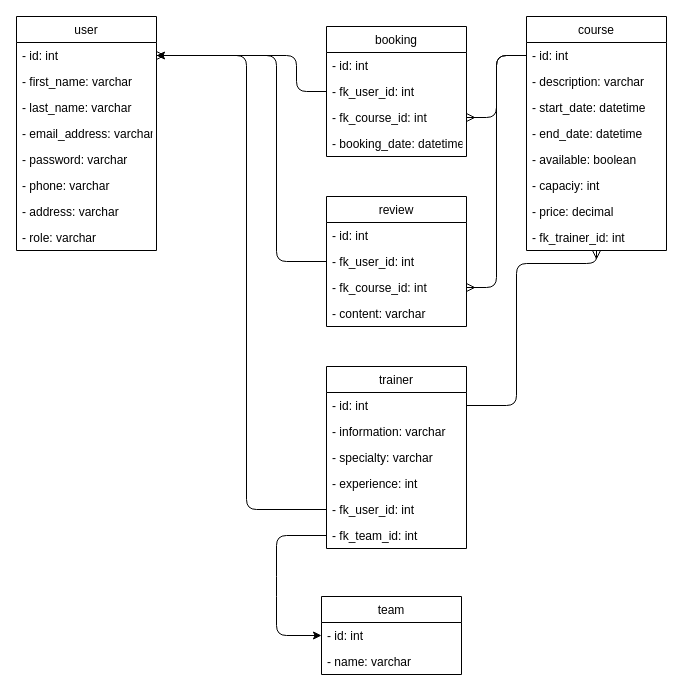
Before: page "Final 3-rd_NF" (5 of 5) of db.drawio in Keltroz/Full-Stck-Project, a draw.io diagram. Source tidied: cells renumbered, new cells numbered last; positions are measured from the earlier drawing's top-left corner, leaving out a move shared by most shapes. Both pictures are drawn from the tidied source at 100%, with x=0, y=0 at pixel (16, 16).
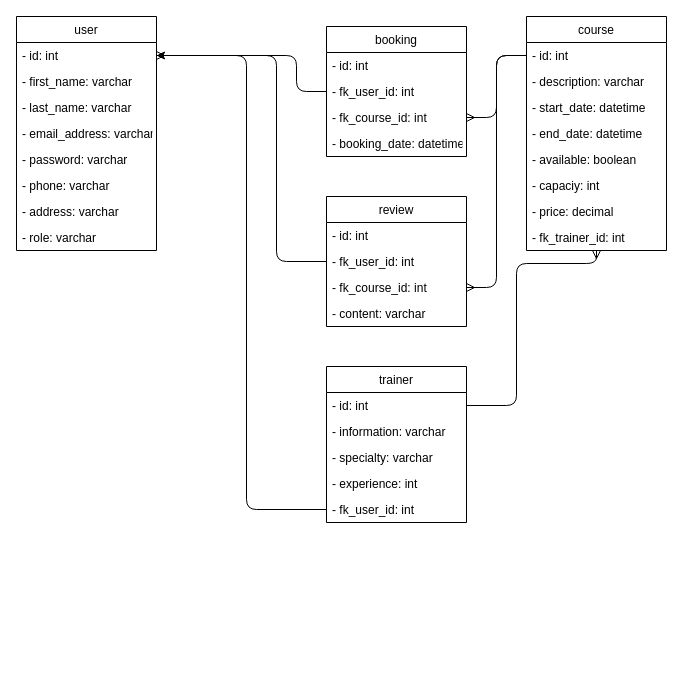
After the change.

Commit message:
Final db aproval from trainer

The edit, as a diff of the source:
```diff
@@
     <mxCell id="20" value="trainer" style="swimlane;fontStyle=0;horizontal=1;startSize=26;fillColor=none;" parent="1" vertex="1">
-      <mxGeometry x="310" y="350" width="140" height="182" as="geometry" />
+      <mxGeometry x="310" y="350" width="140" height="156" as="geometry" />
     </mxCell>
@@
-    <mxCell id="26" value="- fk_team_id: int" style="text;strokeColor=none;fillColor=none;align=left;verticalAlign=top;spacingLeft=4;spacingRight=4;overflow=hidden;points=[[0,0.5],[1,0.5]];portConstraint=eastwest;" parent="20" vertex="1">
-      <mxGeometry y="156" width="140" height="26" as="geometry" />
-    </mxCell>
@@
-    <mxCell id="43" value="team" style="swimlane;fontStyle=0;horizontal=1;startSize=26;fillColor=none;" parent="1" vertex="1">
-      <mxGeometry x="305" y="580" width="140" height="78" as="geometry" />
-    </mxCell>
-    <mxCell id="44" value="- id: int" style="text;strokeColor=none;fillColor=none;align=left;verticalAlign=top;spacingLeft=4;spacingRight=4;overflow=hidden;points=[[0,0.5],[1,0.5]];portConstraint=eastwest;" parent="43" vertex="1">
-      <mxGeometry y="26" width="140" height="26" as="geometry" />
-    </mxCell>
-    <mxCell id="45" value="- name: varchar" style="text;strokeColor=none;fillColor=none;align=left;verticalAlign=top;spacingLeft=4;spacingRight=4;overflow=hidden;" parent="43" vertex="1">
-      <mxGeometry y="52" width="140" height="26" as="geometry" />
-    </mxCell>
-    <mxCell id="46" style="edgeStyle=none;html=1;" parent="1" edge="1" source="26" target="44">
-      <mxGeometry relative="1" as="geometry">
-        <Array as="points">
-          <mxPoint x="260" y="519" />
-          <mxPoint x="260" y="570" />
-          <mxPoint x="260" y="619" />
-        </Array>
-      </mxGeometry>
-    </mxCell>
```
